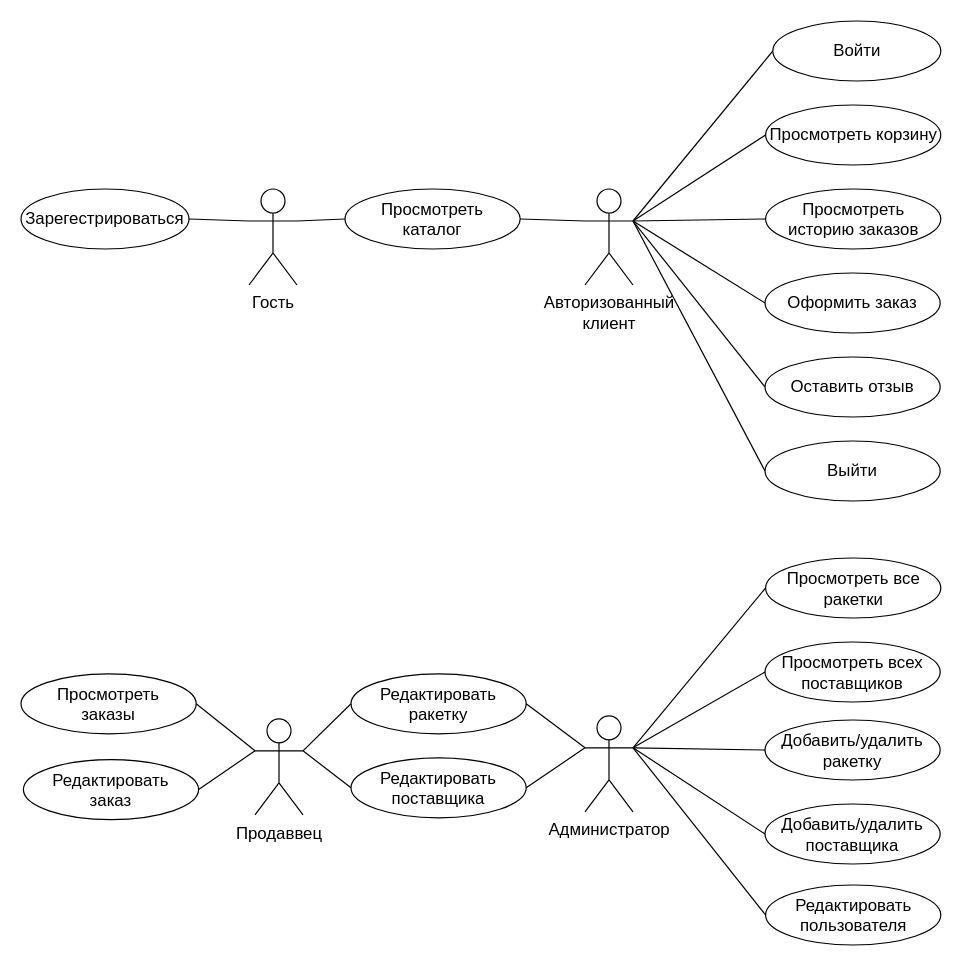
mshsvnv/SoftwareDesign keeps this draw.io diagram as schemes/raws/use-case.drawio. Above is the earlier version. Source tidied: cells renumbered, new cells numbered last; positions are measured from the earlier drawing's top-left corner, leaving out a move shared by most shapes. Both pictures are drawn from the tidied source at 120%, with x=0, y=0 at pixel (20, 20).
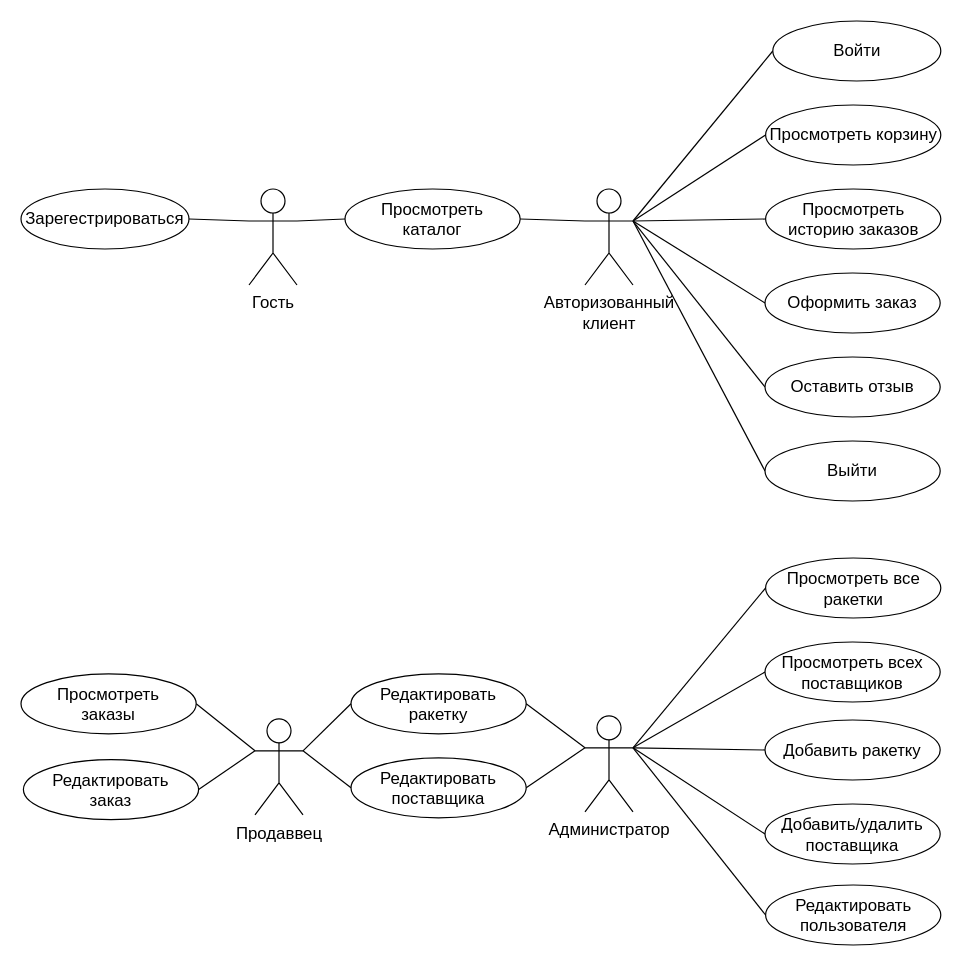
After the change.

What changed in the source:
```diff
@@
-    <mxCell id="8" value="Добавить/удалить&lt;br style=&quot;border-color: var(--border-color);&quot;&gt;ракетку" style="ellipse;whiteSpace=wrap;html=1;flipV=0;flipH=0;fontSize=14;" parent="1" vertex="1">
+    <mxCell id="8" value="Добавить ракетку" style="ellipse;whiteSpace=wrap;html=1;flipV=0;flipH=0;fontSize=14;" parent="1" vertex="1">
       <mxGeometry x="620" y="582.5" width="146" height="50" as="geometry" />
     </mxCell>
```
